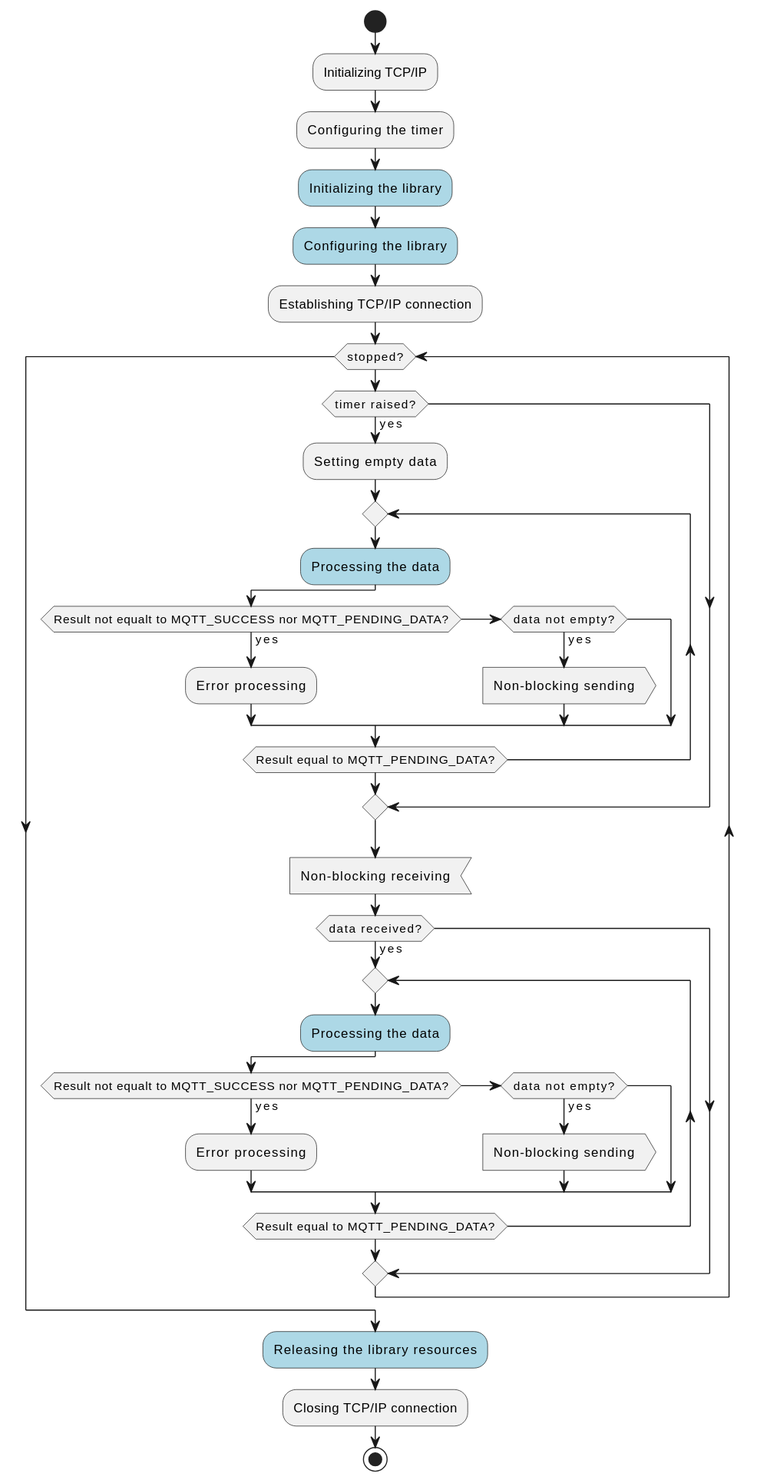
innovasoft-org/libmqttcli keeps this PlantUML diagram as doc/program_flow.svg. Above is the earlier version.
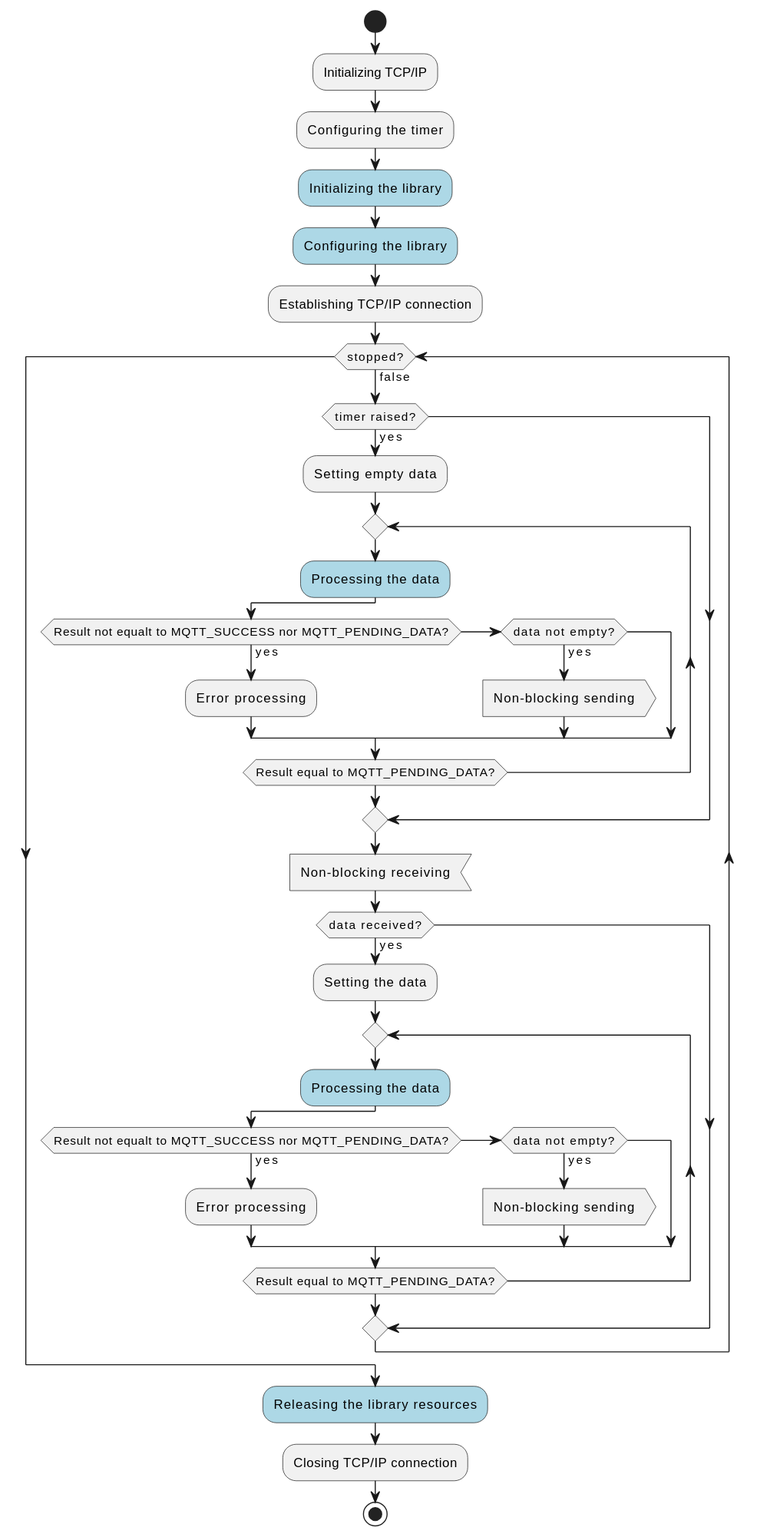
The same diagram one commit later.

What changed in the source:
```diff
@@ -11,7 +11,7 @@
 
 :Establishing TCP/IP connection;
 
-while(stopped?)
+while(stopped?) is (false)
 if(timer raised?) then (yes)
   :Setting empty data;
   repeat
@@ -27,6 +27,7 @@
 :Non-blocking receiving; <<Input>>
 
 if(data received?) then (yes)
+  :Setting the data;
   repeat
     #lightblue:Processing the data;
     if(Result not equalt to MQTT_SUCCESS nor MQTT_PENDING_DATA?) then (yes)
```
